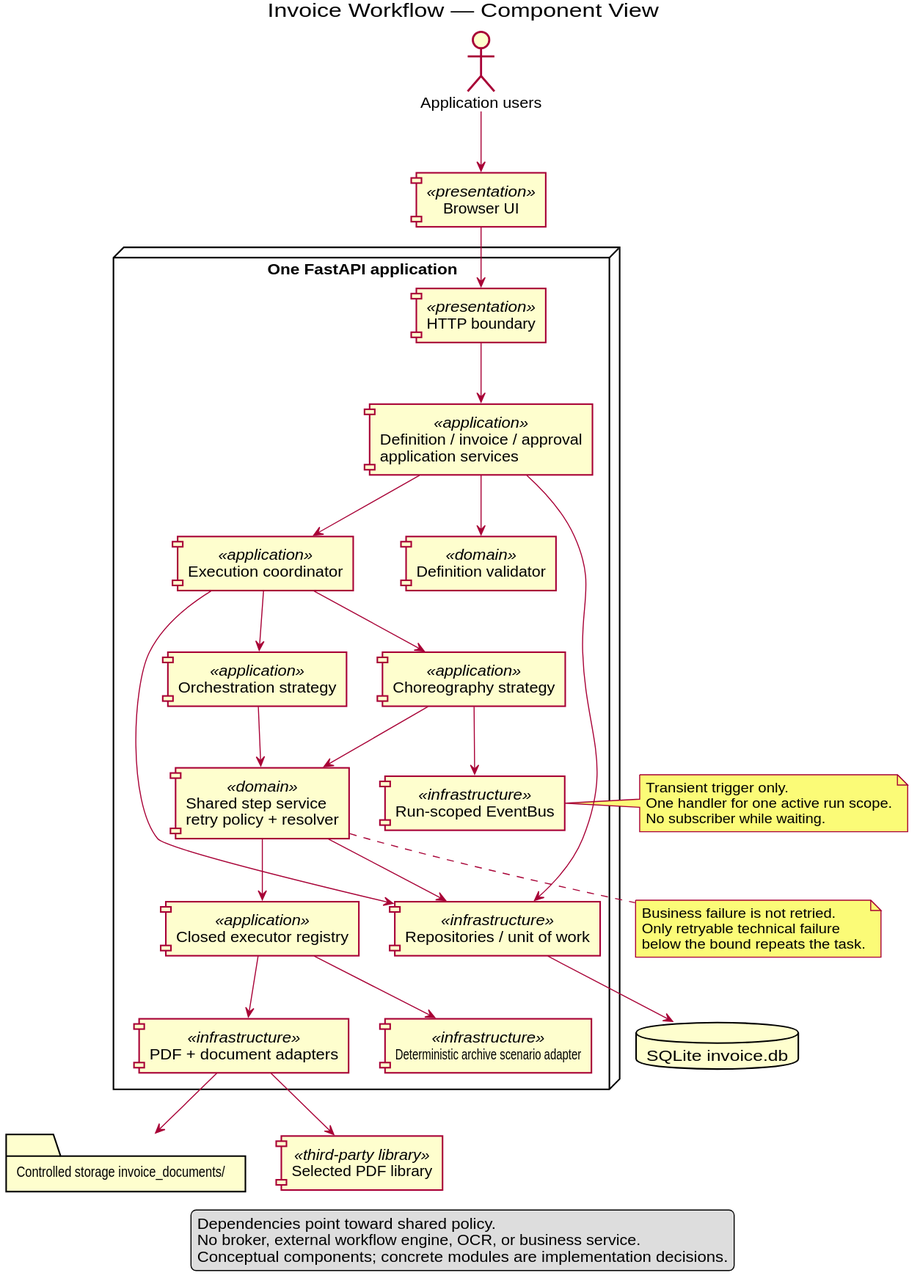
The PlantUML diagram docs/architecture/uml/rendered/component-view.svg in MAES1102/WMS, before a commit.
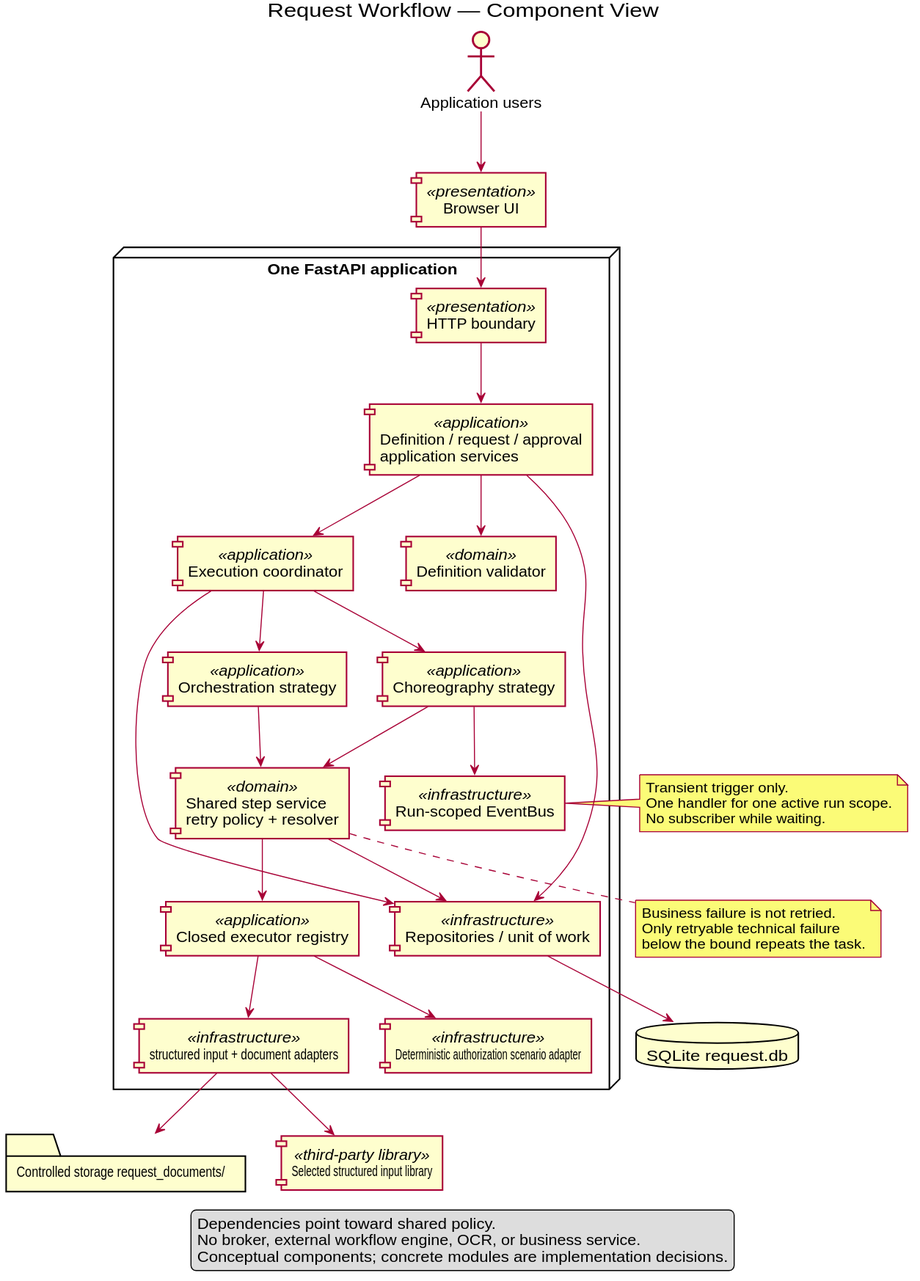
After the commit.

The edit, as a diff of the source:
```diff
@@ -1,5 +1,5 @@
 @startuml
-title Invoice Workflow — Component View
+title Request Workflow — Component View
 skinparam componentStyle rectangle
 skinparam shadowing false
 
@@ -8,7 +8,7 @@
 
 node "One FastAPI application" {
   component "HTTP boundary" as HTTP <<presentation>>
-  component "Definition / invoice / approval\napplication services" as Services <<application>>
+  component "Definition / request / approval\napplication services" as Services <<application>>
   component "Execution coordinator" as Coordinator <<application>>
   component "Orchestration strategy" as Orchestration <<application>>
   component "Choreography strategy" as Choreography <<application>>
@@ -17,13 +17,13 @@
   component "Closed executor registry" as Executors <<application>>
   component "Run-scoped EventBus" as EventBus <<infrastructure>>
   component "Repositories / unit of work" as Repositories <<infrastructure>>
-  component "PDF + document adapters" as Documents <<infrastructure>>
-  component "Deterministic archive scenario adapter" as Faults <<infrastructure>>
+  component "structured input + document adapters" as Documents <<infrastructure>>
+  component "Deterministic authorization scenario adapter" as Faults <<infrastructure>>
 }
 
-database "SQLite invoice.db" as Database
-folder "Controlled storage invoice_documents/" as Storage
-component "Selected PDF library" as PdfLib <<third-party library>>
+database "SQLite request.db" as Database
+folder "Controlled storage request_documents/" as Storage
+component "Selected structured input library" as PdfLib <<third-party library>>
 
 Users --> Browser
 Browser --> HTTP
```
